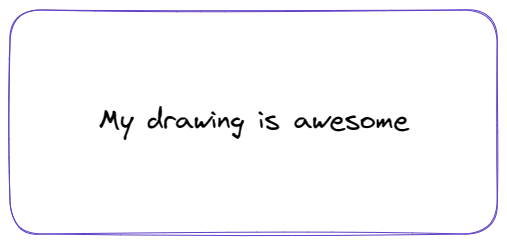
Earlier version of the Excalidraw export embedded-scene.png (adrianstevens/GitHubNext). Source tidied: one line per element, renumbered; positions are measured from the earlier drawing's top-left corner, leaving out a move shared by most shapes.
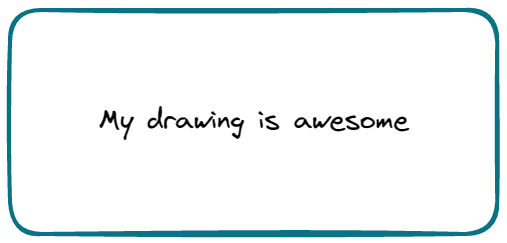
Later version of the same file.

Change to the diagram source:
```diff
@@ -1,2 +1,2 @@
-{"id": 0, "type": "rectangle", "strokeColor": "#5f3dc4", "strokeWidth": 1, "roughness": 1, "round": true, "x": 0, "y": 0, "width": 487, "height": 224}
+{"id": 0, "type": "rectangle", "strokeColor": "#0b7285", "strokeWidth": 4, "roughness": 1, "round": true, "x": 0, "y": 0, "width": 487, "height": 224}
 {"id": 1, "type": "text", "text": "My drawing is awesome", "strokeColor": "#000000", "strokeWidth": 1, "roughness": 1, "fontSize": 28, "fontFamily": 1, "x": 89, "y": 92, "width": 310, "height": 35}
```
